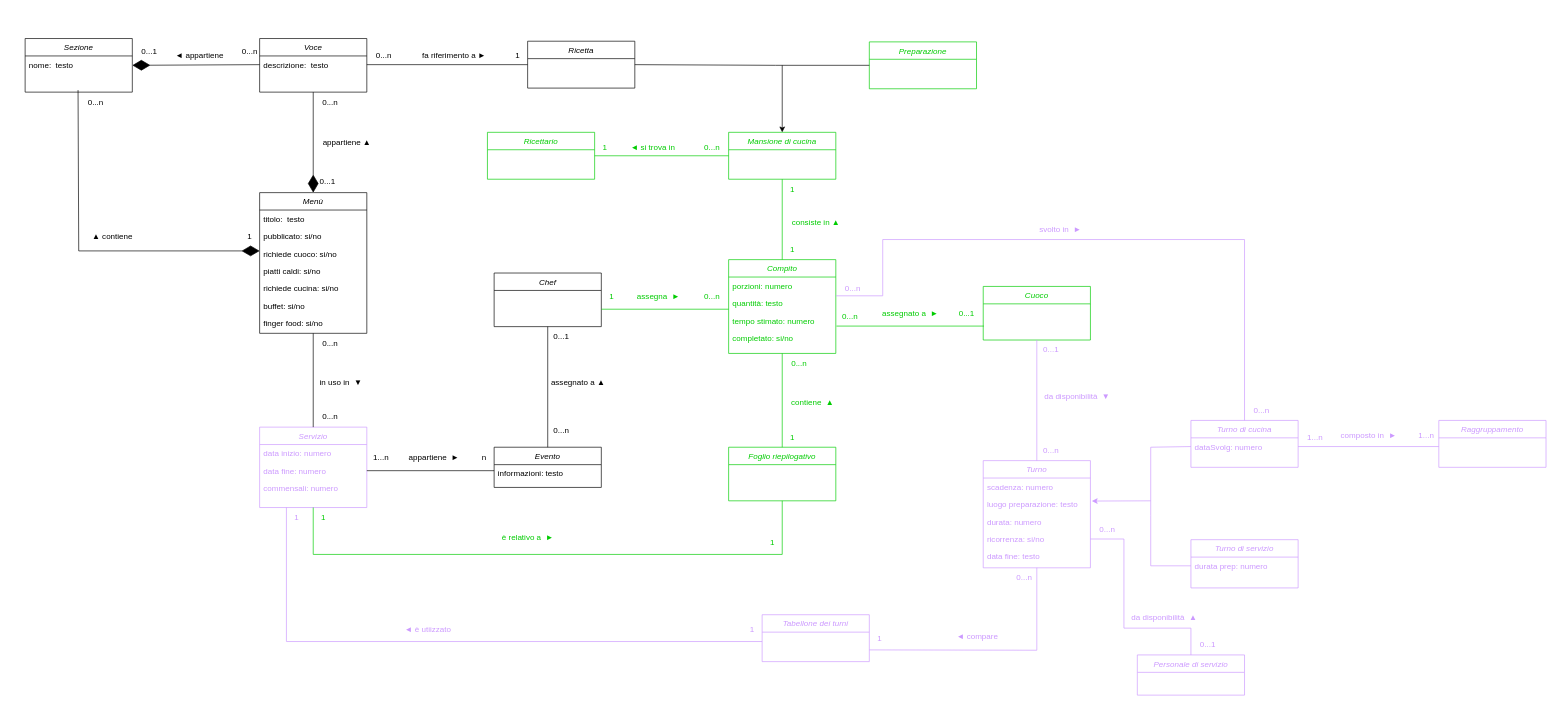
The draw.io diagram 2 Modello di dominio/DOM.drawio in antoario/sas-project, before the edit. Source tidied: cells renumbered, new cells numbered last; positions are measured from the earlier drawing's top-left corner, leaving out a move shared by most shapes. Both pictures are drawn from the tidied source at 67%, with x=0, y=0 at pixel (25, 38).
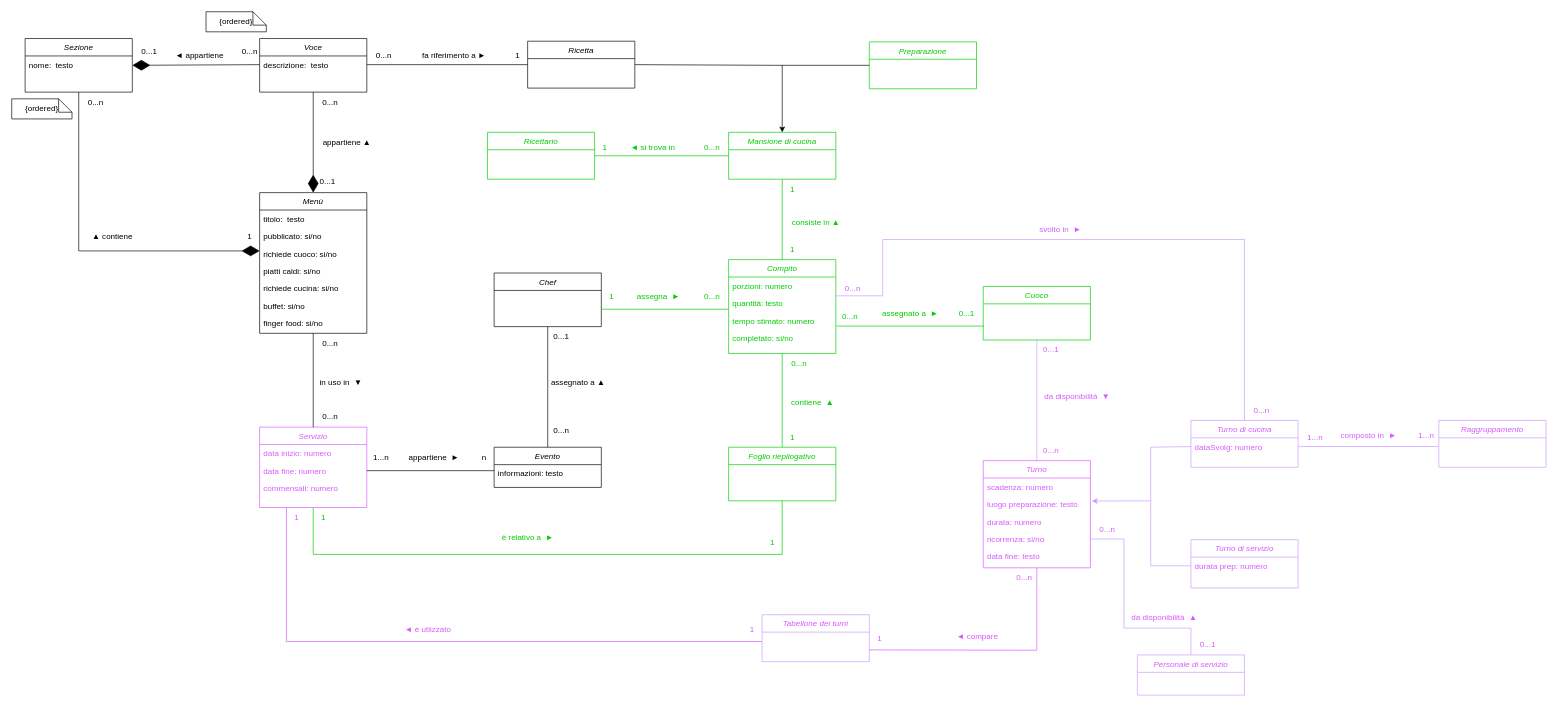
After the change.

The change refers to these unchanged cells:
```xml
<mxCell id="23" value="0...n" style="text;html=1;align=center;verticalAlign=middle;points=[];strokeColor=none;fillColor=none;" parent="1" vertex="1">
  <mxGeometry x="80" y="80" width="50" height="30" as="geometry" />
</mxCell>
<mxCell id="41" value="quantità: testo&#10;" style="text;align=left;verticalAlign=top;spacingLeft=4;spacingRight=4;overflow=hidden;points=[[0,0.5],[1,0.5]];portConstraint=eastwest;fontColor=#00CC00;" parent="39" vertex="1">
  <mxGeometry y="52" width="160" height="26" as="geometry" />
</mxCell>
<mxCell id="78" value="Cuoco" style="swimlane;fontStyle=2;align=center;verticalAlign=top;horizontal=1;startSize=26;rounded=0;shadow=0;strokeWidth=1;strokeColor=#00CC00;fontColor=#00CC00;" parent="1" vertex="1">
  <mxGeometry x="1430" y="370" width="160" height="80" as="geometry" />
</mxCell>
```

Diff of the diagram source:
```diff
@@
-    <mxCell id="31" value="Servizio" style="swimlane;fontStyle=2;align=center;verticalAlign=top;horizontal=1;startSize=26;rounded=0;shadow=0;strokeWidth=1;fontColor=#CC99FF;strokeColor=#CC99FF;" parent="1" vertex="1">
+    <mxCell id="31" value="Servizio" style="swimlane;fontStyle=2;align=center;verticalAlign=top;horizontal=1;startSize=26;rounded=0;shadow=0;strokeWidth=1;fontColor=#D859FF;strokeColor=#D859FF;" parent="1" vertex="1">
       <mxGeometry x="350" y="580" width="160" height="120" as="geometry" />
     </mxCell>
-    <mxCell id="32" value="data inizio: numero" style="text;align=left;verticalAlign=top;spacingLeft=4;spacingRight=4;overflow=hidden;fontColor=#CC99FF;" parent="31" vertex="1">
+    <mxCell id="32" value="data inizio: numero" style="text;align=left;verticalAlign=top;spacingLeft=4;spacingRight=4;overflow=hidden;fontColor=#D859FF;" parent="31" vertex="1">
       <mxGeometry y="26" width="160" height="26" as="geometry" />
     </mxCell>
-    <mxCell id="33" value="data fine: numero" style="text;align=left;verticalAlign=top;spacingLeft=4;spacingRight=4;overflow=hidden;points=[[0,0.5],[1,0.5]];portConstraint=eastwest;rounded=0;shadow=0;html=0;fontColor=#CC99FF;" parent="31" vertex="1">
+    <mxCell id="33" value="data fine: numero" style="text;align=left;verticalAlign=top;spacingLeft=4;spacingRight=4;overflow=hidden;points=[[0,0.5],[1,0.5]];portConstraint=eastwest;rounded=0;shadow=0;html=0;fontColor=#D859FF;" parent="31" vertex="1">
       <mxGeometry y="52" width="160" height="26" as="geometry" />
     </mxCell>
-    <mxCell id="34" value="commensali: numero" style="text;align=left;verticalAlign=top;spacingLeft=4;spacingRight=4;overflow=hidden;rounded=0;shadow=0;html=0;fontColor=#CC99FF;" parent="31" vertex="1">
+    <mxCell id="34" value="commensali: numero" style="text;align=left;verticalAlign=top;spacingLeft=4;spacingRight=4;overflow=hidden;rounded=0;shadow=0;html=0;fontColor=#D859FF;" parent="31" vertex="1">
       <mxGeometry y="78" width="160" height="26" as="geometry" />
     </mxCell>
@@
-    <mxCell id="69" value="Turno" style="swimlane;fontStyle=2;align=center;verticalAlign=top;horizontal=1;startSize=26;rounded=0;shadow=0;strokeWidth=1;fontColor=#CC99FF;strokeColor=#CC99FF;" parent="1" vertex="1">
+    <mxCell id="69" value="Turno" style="swimlane;fontStyle=2;align=center;verticalAlign=top;horizontal=1;startSize=26;rounded=0;shadow=0;strokeWidth=1;fontColor=#d859ff;strokeColor=#D859FF;" parent="1" vertex="1">
       <mxGeometry x="1430" y="630" width="160" height="160" as="geometry" />
     </mxCell>
-    <mxCell id="70" value="scadenza: numero&#10;" style="text;align=left;verticalAlign=top;spacingLeft=4;spacingRight=4;overflow=hidden;fontColor=#CC99FF;" parent="69" vertex="1">
+    <mxCell id="70" value="scadenza: numero&#10;" style="text;align=left;verticalAlign=top;spacingLeft=4;spacingRight=4;overflow=hidden;fontColor=#d859ff;" parent="69" vertex="1">
       <mxGeometry y="26" width="160" height="26" as="geometry" />
     </mxCell>
-    <mxCell id="71" value="luogo preparazione: testo&#10;" style="text;align=left;verticalAlign=top;spacingLeft=4;spacingRight=4;overflow=hidden;points=[[0,0.5],[1,0.5]];portConstraint=eastwest;fontColor=#CC99FF;" parent="69" vertex="1">
+    <mxCell id="71" value="luogo preparazione: testo&#10;" style="text;align=left;verticalAlign=top;spacingLeft=4;spacingRight=4;overflow=hidden;points=[[0,0.5],[1,0.5]];portConstraint=eastwest;fontColor=#d859ff;" parent="69" vertex="1">
       <mxGeometry y="52" width="160" height="26" as="geometry" />
     </mxCell>
-    <mxCell id="72" value="durata: numero" style="text;align=left;verticalAlign=top;spacingLeft=4;spacingRight=4;overflow=hidden;fontColor=#CC99FF;" parent="69" vertex="1">
+    <mxCell id="72" value="durata: numero" style="text;align=left;verticalAlign=top;spacingLeft=4;spacingRight=4;overflow=hidden;fontColor=#d859ff;" parent="69" vertex="1">
       <mxGeometry y="78" width="160" height="26" as="geometry" />
     </mxCell>
-    <mxCell id="73" value="ricorrenza: si/no" style="text;align=left;verticalAlign=top;spacingLeft=4;spacingRight=4;overflow=hidden;points=[[0,0.5],[1,0.5]];portConstraint=eastwest;fontColor=#CC99FF;" parent="69" vertex="1">
+    <mxCell id="73" value="ricorrenza: si/no" style="text;align=left;verticalAlign=top;spacingLeft=4;spacingRight=4;overflow=hidden;points=[[0,0.5],[1,0.5]];portConstraint=eastwest;fontColor=#d859ff;" parent="69" vertex="1">
       <mxGeometry y="104" width="160" height="26" as="geometry" />
     </mxCell>
-    <mxCell id="74" value="data fine: testo" style="text;align=left;verticalAlign=top;spacingLeft=4;spacingRight=4;overflow=hidden;fontColor=#CC99FF;" parent="69" vertex="1">
+    <mxCell id="74" value="data fine: testo" style="text;align=left;verticalAlign=top;spacingLeft=4;spacingRight=4;overflow=hidden;fontColor=#d859ff;" parent="69" vertex="1">
       <mxGeometry y="130" width="160" height="26" as="geometry" />
     </mxCell>
-    <mxCell id="75" style="endArrow=diamondThin;endFill=1;endSize=24;html=1;rounded=0;entryX=0;entryY=0.5;entryDx=0;entryDy=0;exitX=-0.02;exitY=-0.1;exitDx=0;exitDy=0;exitPerimeter=0;" parent="1" edge="1" source="23">
+    <mxCell id="75" style="endArrow=diamondThin;endFill=1;endSize=24;html=1;rounded=0;entryX=0;entryY=0.5;entryDx=0;entryDy=0;" parent="1" edge="1">
       <mxGeometry relative="1" as="geometry">
+        <mxPoint x="80" y="80" as="sourcePoint" />
         <mxPoint x="350" y="317" as="targetPoint" />
         <Array as="points">
           <mxPoint x="80" y="317" />
         </Array>
       </mxGeometry>
     </mxCell>
@@
-    <mxCell id="83" style="endArrow=none;html=1;rounded=0;entryX=0.5;entryY=1;entryDx=0;entryDy=0;exitX=0.5;exitY=0;exitDx=0;exitDy=0;strokeColor=#CC99FF;" parent="1" edge="1" source="69" target="78">
+    <mxCell id="83" style="endArrow=none;html=1;rounded=0;entryX=0.5;entryY=1;entryDx=0;entryDy=0;exitX=0.5;exitY=0;exitDx=0;exitDy=0;strokeColor=#CC99FF;fontColor=#D859FF;" parent="1" edge="1" source="69" target="78">
       <mxGeometry relative="1" as="geometry" />
     </mxCell>
-    <mxCell id="84" value="0...1" style="text;html=1;align=center;verticalAlign=middle;strokeColor=none;fillColor=none;fontColor=#CC99FF;" parent="1" vertex="1">
+    <mxCell id="84" value="0...1" style="text;html=1;align=center;verticalAlign=middle;strokeColor=none;fillColor=none;fontColor=#D859FF;" parent="1" vertex="1">
       <mxGeometry x="1506" y="450" width="50" height="30" as="geometry" />
     </mxCell>
-    <mxCell id="85" value="0...n" style="text;html=1;align=center;verticalAlign=middle;strokeColor=none;fillColor=none;fontColor=#CC99FF;" parent="1" vertex="1">
+    <mxCell id="85" value="0...n" style="text;html=1;align=center;verticalAlign=middle;strokeColor=none;fillColor=none;fontColor=#D859FF;" parent="1" vertex="1">
       <mxGeometry x="1506" y="600" width="50" height="30" as="geometry" />
     </mxCell>
-    <mxCell id="86" value="da disponibilità&amp;nbsp; ▼" style="text;html=1;align=center;verticalAlign=middle;strokeColor=none;fillColor=none;fontColor=#CC99FF;" parent="1" vertex="1">
+    <mxCell id="86" value="da disponibilità&amp;nbsp; ▼" style="text;html=1;align=center;verticalAlign=middle;strokeColor=none;fillColor=none;fontColor=#D859FF;" parent="1" vertex="1">
       <mxGeometry x="1510" y="520" width="120" height="30" as="geometry" />
     </mxCell>
@@
-    <mxCell id="96" value="Tabellone dei turni" style="swimlane;fontStyle=2;align=center;verticalAlign=top;horizontal=1;startSize=26;rounded=0;shadow=0;strokeWidth=1;fontColor=#CC99FF;strokeColor=#CC99FF;" parent="1" vertex="1">
+    <mxCell id="96" value="Tabellone dei turni" style="swimlane;fontStyle=2;align=center;verticalAlign=top;horizontal=1;startSize=26;rounded=0;shadow=0;strokeWidth=1;fontColor=#d859ff;strokeColor=#CC99FF;" parent="1" vertex="1">
       <mxGeometry x="1100" y="860" width="160" height="70" as="geometry" />
     </mxCell>
-    <mxCell id="97" style="endArrow=none;html=1;rounded=0;entryX=0.5;entryY=1;entryDx=0;entryDy=0;exitX=1;exitY=0.75;exitDx=0;exitDy=0;strokeColor=#CC99FF;" parent="1" edge="1" source="96" target="69">
+    <mxCell id="97" style="endArrow=none;html=1;rounded=0;entryX=0.5;entryY=1;entryDx=0;entryDy=0;exitX=1;exitY=0.75;exitDx=0;exitDy=0;strokeColor=#d859ff;" parent="1" edge="1" source="96" target="69">
       <mxGeometry relative="1" as="geometry">
         <Array as="points">
           <mxPoint x="1510" y="913" />
         </Array>
       </mxGeometry>
     </mxCell>
-    <mxCell id="98" style="endArrow=none;html=1;rounded=0;exitX=0.25;exitY=1;exitDx=0;exitDy=0;strokeColor=#CC99FF;" parent="1" edge="1" source="31">
+    <mxCell id="98" style="endArrow=none;html=1;rounded=0;exitX=0.25;exitY=1;exitDx=0;exitDy=0;strokeColor=#d859ff;fontColor=#d859ff;" parent="1" edge="1" source="31">
       <mxGeometry relative="1" as="geometry">
         <mxPoint x="1100" y="900" as="targetPoint" />
         <Array as="points">
           <mxPoint x="390" y="900" />
         </Array>
       </mxGeometry>
     </mxCell>
-    <mxCell id="99" value="◄ compare" style="text;html=1;align=center;verticalAlign=middle;strokeColor=none;fillColor=none;fontColor=#CC99FF;" parent="1" vertex="1">
+    <mxCell id="99" value="◄ compare" style="text;html=1;align=center;verticalAlign=middle;strokeColor=none;fillColor=none;fontColor=#d859ff;" parent="1" vertex="1">
       <mxGeometry x="1376" y="878" width="90" height="30" as="geometry" />
     </mxCell>
-    <mxCell id="100" value="0...n" style="text;html=1;align=center;verticalAlign=middle;strokeColor=none;fillColor=none;fontColor=#CC99FF;" parent="1" vertex="1">
+    <mxCell id="100" value="0...n" style="text;html=1;align=center;verticalAlign=middle;strokeColor=none;fillColor=none;fontColor=#d859ff;" parent="1" vertex="1">
       <mxGeometry x="1466" y="790" width="50" height="30" as="geometry" />
     </mxCell>
-    <mxCell id="101" value="1" style="text;html=1;align=center;verticalAlign=middle;strokeColor=none;fillColor=none;fontColor=#CC99FF;" parent="1" vertex="1">
+    <mxCell id="101" value="1" style="text;html=1;align=center;verticalAlign=middle;strokeColor=none;fillColor=none;fontColor=#d859ff;" parent="1" vertex="1">
       <mxGeometry x="1260" y="880" width="30" height="30" as="geometry" />
     </mxCell>
-    <mxCell id="102" value="◄ è utiizzato" style="text;html=1;align=center;verticalAlign=middle;strokeColor=none;fillColor=none;fontColor=#CC99FF;" parent="1" vertex="1">
+    <mxCell id="102" value="◄ è utiizzato" style="text;html=1;align=center;verticalAlign=middle;strokeColor=none;fillColor=none;fontColor=#d859ff;" parent="1" vertex="1">
       <mxGeometry x="556" y="868" width="90" height="30" as="geometry" />
     </mxCell>
-    <mxCell id="103" value="1" style="text;html=1;align=center;verticalAlign=middle;strokeColor=none;fillColor=none;fontColor=#CC99FF;" parent="1" vertex="1">
+    <mxCell id="103" value="1" style="text;html=1;align=center;verticalAlign=middle;strokeColor=none;fillColor=none;fontColor=#d859ff;" parent="1" vertex="1">
       <mxGeometry x="1070" y="868" width="30" height="30" as="geometry" />
     </mxCell>
-    <mxCell id="104" value="1" style="text;html=1;align=center;verticalAlign=middle;strokeColor=none;fillColor=none;fontColor=#CC99FF;" parent="1" vertex="1">
+    <mxCell id="104" value="1" style="text;html=1;align=center;verticalAlign=middle;strokeColor=none;fillColor=none;fontColor=#d859ff;" parent="1" vertex="1">
       <mxGeometry x="390" y="700" width="30" height="30" as="geometry" />
     </mxCell>
-    <mxCell id="105" value="Turno di cucina" style="swimlane;fontStyle=2;align=center;verticalAlign=top;horizontal=1;startSize=26;rounded=0;shadow=0;strokeWidth=1;fontColor=#CC99FF;strokeColor=#CC99FF;" parent="1" vertex="1">
+    <mxCell id="105" value="Turno di cucina" style="swimlane;fontStyle=2;align=center;verticalAlign=top;horizontal=1;startSize=26;rounded=0;shadow=0;strokeWidth=1;fontColor=#D859FF;strokeColor=#CC99FF;" parent="1" vertex="1">
       <mxGeometry x="1740" y="570" width="160" height="70" as="geometry" />
     </mxCell>
-    <mxCell id="106" value="dataSvolg: numero&#10;" style="text;align=left;verticalAlign=top;spacingLeft=4;spacingRight=4;overflow=hidden;points=[[0,0.5],[1,0.5]];portConstraint=eastwest;fontColor=#CC99FF;" parent="105" vertex="1">
+    <mxCell id="106" value="dataSvolg: numero&#10;" style="text;align=left;verticalAlign=top;spacingLeft=4;spacingRight=4;overflow=hidden;points=[[0,0.5],[1,0.5]];portConstraint=eastwest;fontColor=#D859FF;" parent="105" vertex="1">
       <mxGeometry y="26" width="160" height="26" as="geometry" />
     </mxCell>
-    <mxCell id="107" value="Turno di servizio" style="swimlane;fontStyle=2;align=center;verticalAlign=top;horizontal=1;startSize=26;rounded=0;shadow=0;strokeWidth=1;fontColor=#CC99FF;strokeColor=#CC99FF;" parent="1" vertex="1">
+    <mxCell id="107" value="Turno di servizio" style="swimlane;fontStyle=2;align=center;verticalAlign=top;horizontal=1;startSize=26;rounded=0;shadow=0;strokeWidth=1;fontColor=#D859FF;strokeColor=#CC99FF;" parent="1" vertex="1">
       <mxGeometry x="1740" y="748" width="160" height="72" as="geometry" />
     </mxCell>
-    <mxCell id="108" value="durata prep: numero" style="text;align=left;verticalAlign=top;spacingLeft=4;spacingRight=4;overflow=hidden;points=[[0,0.5],[1,0.5]];portConstraint=eastwest;fontColor=#CC99FF;" parent="107" vertex="1">
+    <mxCell id="108" value="durata prep: numero" style="text;align=left;verticalAlign=top;spacingLeft=4;spacingRight=4;overflow=hidden;points=[[0,0.5],[1,0.5]];portConstraint=eastwest;fontColor=#D859FF;" parent="107" vertex="1">
       <mxGeometry y="26" width="160" height="26" as="geometry" />
     </mxCell>
-    <mxCell id="109" style="endArrow=none;html=1;rounded=0;entryX=0;entryY=0.5;entryDx=0;entryDy=0;strokeColor=#CC99FF;" parent="1" edge="1" target="106">
+    <mxCell id="109" style="endArrow=none;html=1;rounded=0;entryX=0;entryY=0.5;entryDx=0;entryDy=0;strokeColor=#CC99FF;fontColor=#D859FF;" parent="1" edge="1" target="106">
       <mxGeometry relative="1" as="geometry">
         <mxPoint x="1680" y="712" as="sourcePoint" />
         <Array as="points">
           <mxPoint x="1680" y="712" />
           <mxPoint x="1680" y="610" />
         </Array>
       </mxGeometry>
     </mxCell>
-    <mxCell id="110" style="endArrow=none;html=1;rounded=0;entryX=0;entryY=0.5;entryDx=0;entryDy=0;strokeColor=#CC99FF;" parent="1" edge="1" target="108">
+    <mxCell id="110" style="endArrow=none;html=1;rounded=0;entryX=0;entryY=0.5;entryDx=0;entryDy=0;strokeColor=#CC99FF;fontColor=#D859FF;" parent="1" edge="1" target="108">
       <mxGeometry relative="1" as="geometry">
         <mxPoint x="1680" y="712" as="sourcePoint" />
         <Array as="points">
           <mxPoint x="1680" y="712" />
           <mxPoint x="1680" y="787" />
         </Array>
       </mxGeometry>
     </mxCell>
-    <mxCell id="111" style="endArrow=classic;html=1;rounded=0;entryX=1.013;entryY=0.321;entryDx=0;entryDy=0;entryPerimeter=0;strokeColor=#CC99FF;" parent="1" edge="1" target="71">
+    <mxCell id="111" style="endArrow=classic;html=1;rounded=0;entryX=1.013;entryY=0.321;entryDx=0;entryDy=0;entryPerimeter=0;strokeColor=#CC99FF;fontColor=#D859FF;" parent="1" edge="1" target="71">
       <mxGeometry relative="1" as="geometry">
         <mxPoint x="1680" y="690" as="sourcePoint" />
       </mxGeometry>
     </mxCell>
-    <mxCell id="112" style="endArrow=none;html=1;rounded=0;entryX=0.5;entryY=0;entryDx=0;entryDy=0;exitX=1.001;exitY=0.077;exitDx=0;exitDy=0;exitPerimeter=0;strokeColor=#CC99FF;" parent="1" edge="1" source="41" target="105">
+    <mxCell id="112" style="endArrow=none;html=1;rounded=0;entryX=0.5;entryY=0;entryDx=0;entryDy=0;exitX=1.001;exitY=0.077;exitDx=0;exitDy=0;exitPerimeter=0;strokeColor=#CC99FF;fontColor=#D859FF;" parent="1" edge="1" source="41" target="105">
       <mxGeometry relative="1" as="geometry">
         <Array as="points">
           <mxPoint x="1280" y="384" />
           <mxPoint x="1280" y="300" />
           <mxPoint x="1820" y="300" />
         </Array>
       </mxGeometry>
     </mxCell>
-    <mxCell id="113" value="0...n" style="text;html=1;align=center;verticalAlign=middle;strokeColor=none;fillColor=none;fontColor=#CC99FF;" parent="1" vertex="1">
+    <mxCell id="113" value="0...n" style="text;html=1;align=center;verticalAlign=middle;strokeColor=none;fillColor=none;fontColor=#D859FF;" parent="1" vertex="1">
       <mxGeometry x="1210" y="358" width="50" height="30" as="geometry" />
     </mxCell>
-    <mxCell id="114" value="svolto in&amp;nbsp; ►" style="text;html=1;align=center;verticalAlign=middle;strokeColor=none;fillColor=none;fontColor=#CC99FF;" parent="1" vertex="1">
+    <mxCell id="114" value="svolto in&amp;nbsp; ►" style="text;html=1;align=center;verticalAlign=middle;strokeColor=none;fillColor=none;fontColor=#D859FF;" parent="1" vertex="1">
       <mxGeometry x="1500" y="270" width="90" height="30" as="geometry" />
     </mxCell>
-    <mxCell id="115" value="0...n" style="text;html=1;align=center;verticalAlign=middle;strokeColor=none;fillColor=none;fontColor=#CC99FF;" parent="1" vertex="1">
+    <mxCell id="115" value="0...n" style="text;html=1;align=center;verticalAlign=middle;strokeColor=none;fillColor=none;fontColor=#D859FF;" parent="1" vertex="1">
       <mxGeometry x="1820" y="540" width="50" height="30" as="geometry" />
     </mxCell>
-    <mxCell id="116" value="Raggruppamento" style="swimlane;fontStyle=2;align=center;verticalAlign=top;horizontal=1;startSize=26;rounded=0;shadow=0;strokeWidth=1;fontColor=#CC99FF;strokeColor=#CC99FF;" parent="1" vertex="1">
+    <mxCell id="116" value="Raggruppamento" style="swimlane;fontStyle=2;align=center;verticalAlign=top;horizontal=1;startSize=26;rounded=0;shadow=0;strokeWidth=1;fontColor=#D859FF;strokeColor=#CC99FF;" parent="1" vertex="1">
       <mxGeometry x="2110" y="570" width="160" height="70" as="geometry" />
     </mxCell>
-    <mxCell id="117" style="endArrow=none;html=1;rounded=0;exitX=1;exitY=0.5;exitDx=0;exitDy=0;strokeColor=#CC99FF;" parent="1" edge="1" source="106">
+    <mxCell id="117" style="endArrow=none;html=1;rounded=0;exitX=1;exitY=0.5;exitDx=0;exitDy=0;strokeColor=#CC99FF;fontColor=#D859FF;" parent="1" edge="1" source="106">
       <mxGeometry relative="1" as="geometry">
         <mxPoint x="2110" y="609" as="targetPoint" />
       </mxGeometry>
     </mxCell>
-    <mxCell id="118" value="1...n" style="text;html=1;align=center;verticalAlign=middle;strokeColor=none;fillColor=none;fontColor=#CC99FF;" parent="1" vertex="1">
+    <mxCell id="118" value="1...n" style="text;html=1;align=center;verticalAlign=middle;strokeColor=none;fillColor=none;fontColor=#D859FF;" parent="1" vertex="1">
       <mxGeometry x="1900" y="580" width="50" height="30" as="geometry" />
     </mxCell>
-    <mxCell id="119" value="1...n" style="text;html=1;align=center;verticalAlign=middle;strokeColor=none;fillColor=none;fontColor=#CC99FF;" parent="1" vertex="1">
+    <mxCell id="119" value="1...n" style="text;html=1;align=center;verticalAlign=middle;strokeColor=none;fillColor=none;fontColor=#D859FF;" parent="1" vertex="1">
       <mxGeometry x="2066" y="578" width="50" height="30" as="geometry" />
     </mxCell>
-    <mxCell id="120" value="composto in&amp;nbsp; ►" style="text;html=1;align=center;verticalAlign=middle;strokeColor=none;fillColor=none;fontColor=#CC99FF;" parent="1" vertex="1">
+    <mxCell id="120" value="composto in&amp;nbsp; ►" style="text;html=1;align=center;verticalAlign=middle;strokeColor=none;fillColor=none;fontColor=#D859FF;" parent="1" vertex="1">
       <mxGeometry x="1950" y="578" width="110" height="30" as="geometry" />
     </mxCell>
-    <mxCell id="121" value="Personale di servizio" style="swimlane;fontStyle=2;align=center;verticalAlign=top;horizontal=1;startSize=26;rounded=0;shadow=0;strokeWidth=1;fontColor=#CC99FF;strokeColor=#CC99FF;" parent="1" vertex="1">
+    <mxCell id="121" value="Personale di servizio" style="swimlane;fontStyle=2;align=center;verticalAlign=top;horizontal=1;startSize=26;rounded=0;shadow=0;strokeWidth=1;fontColor=#D859FF;strokeColor=#CC99FF;" parent="1" vertex="1">
       <mxGeometry x="1660" y="920" width="160" height="60" as="geometry" />
     </mxCell>
-    <mxCell id="122" style="endArrow=none;html=1;rounded=0;exitX=0.5;exitY=0;exitDx=0;exitDy=0;entryX=1;entryY=0.5;entryDx=0;entryDy=0;strokeColor=#CC99FF;" parent="1" edge="1" source="121" target="73">
+    <mxCell id="122" style="endArrow=none;html=1;rounded=0;exitX=0.5;exitY=0;exitDx=0;exitDy=0;entryX=1;entryY=0.5;entryDx=0;entryDy=0;strokeColor=#CC99FF;fontColor=#D859FF;" parent="1" edge="1" source="121" target="73">
       <mxGeometry relative="1" as="geometry">
         <Array as="points">
           <mxPoint x="1740" y="880" />
           <mxPoint x="1640" y="880" />
           <mxPoint x="1640" y="747" />
         </Array>
       </mxGeometry>
     </mxCell>
-    <mxCell id="123" value="0...1" style="text;html=1;align=center;verticalAlign=middle;strokeColor=none;fillColor=none;fontColor=#CC99FF;" parent="1" vertex="1">
+    <mxCell id="123" value="0...1" style="text;html=1;align=center;verticalAlign=middle;strokeColor=none;fillColor=none;fontColor=#D859FF;" parent="1" vertex="1">
       <mxGeometry x="1740" y="890" width="50" height="30" as="geometry" />
     </mxCell>
-    <mxCell id="124" value="da disponibilità&amp;nbsp; ▲" style="text;html=1;align=center;verticalAlign=middle;strokeColor=none;fillColor=none;fontColor=#CC99FF;" parent="1" vertex="1">
+    <mxCell id="124" value="da disponibilità&amp;nbsp; ▲" style="text;html=1;align=center;verticalAlign=middle;strokeColor=none;fillColor=none;fontColor=#D859FF;" parent="1" vertex="1">
       <mxGeometry x="1640" y="850" width="120" height="30" as="geometry" />
     </mxCell>
-    <mxCell id="125" value="0...n" style="text;html=1;align=center;verticalAlign=middle;strokeColor=none;fillColor=none;fontColor=#CC99FF;" parent="1" vertex="1">
+    <mxCell id="125" value="0...n" style="text;html=1;align=center;verticalAlign=middle;strokeColor=none;fillColor=none;fontColor=#D859FF;" parent="1" vertex="1">
       <mxGeometry x="1590" y="718" width="50" height="30" as="geometry" />
     </mxCell>
+    <mxCell id="126" value="{ordered}" style="shape=note;size=20;whiteSpace=wrap;html=1;" parent="1" vertex="1">
+      <mxGeometry x="270" y="-40" width="90" height="30" as="geometry" />
+    </mxCell>
+    <mxCell id="127" value="{ordered}" style="shape=note;size=20;whiteSpace=wrap;html=1;" parent="1" vertex="1">
+      <mxGeometry x="-20" y="90" width="90" height="30" as="geometry" />
+    </mxCell>
```
